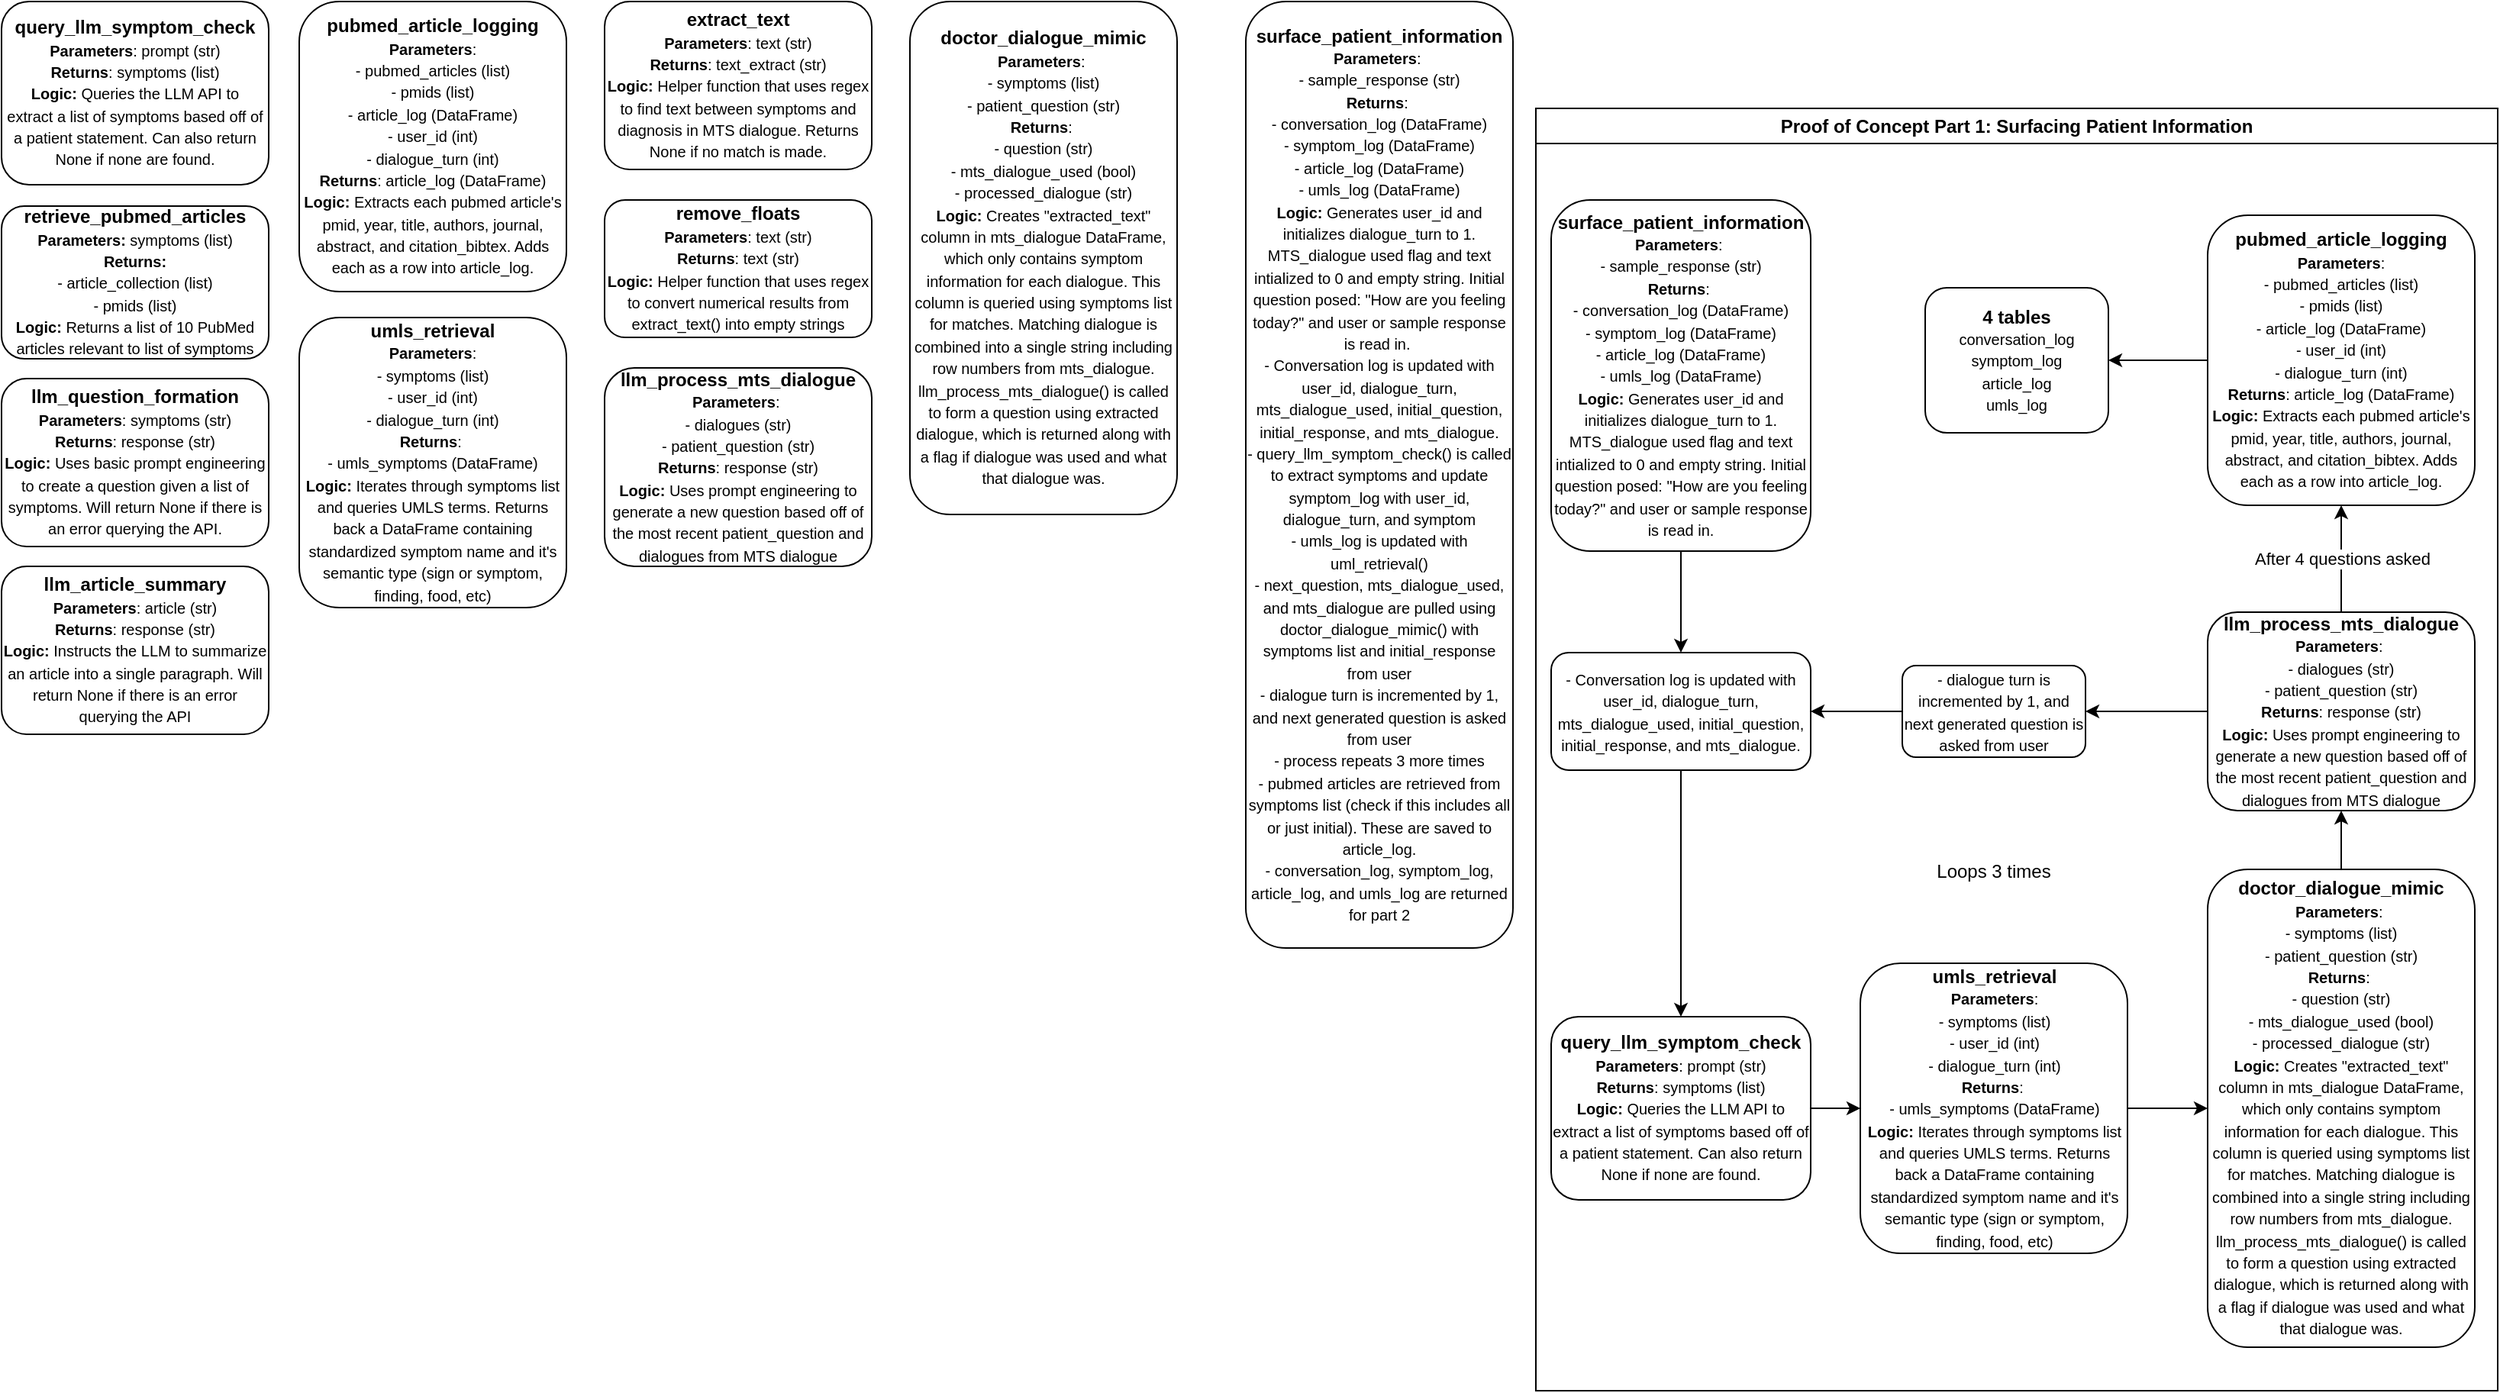
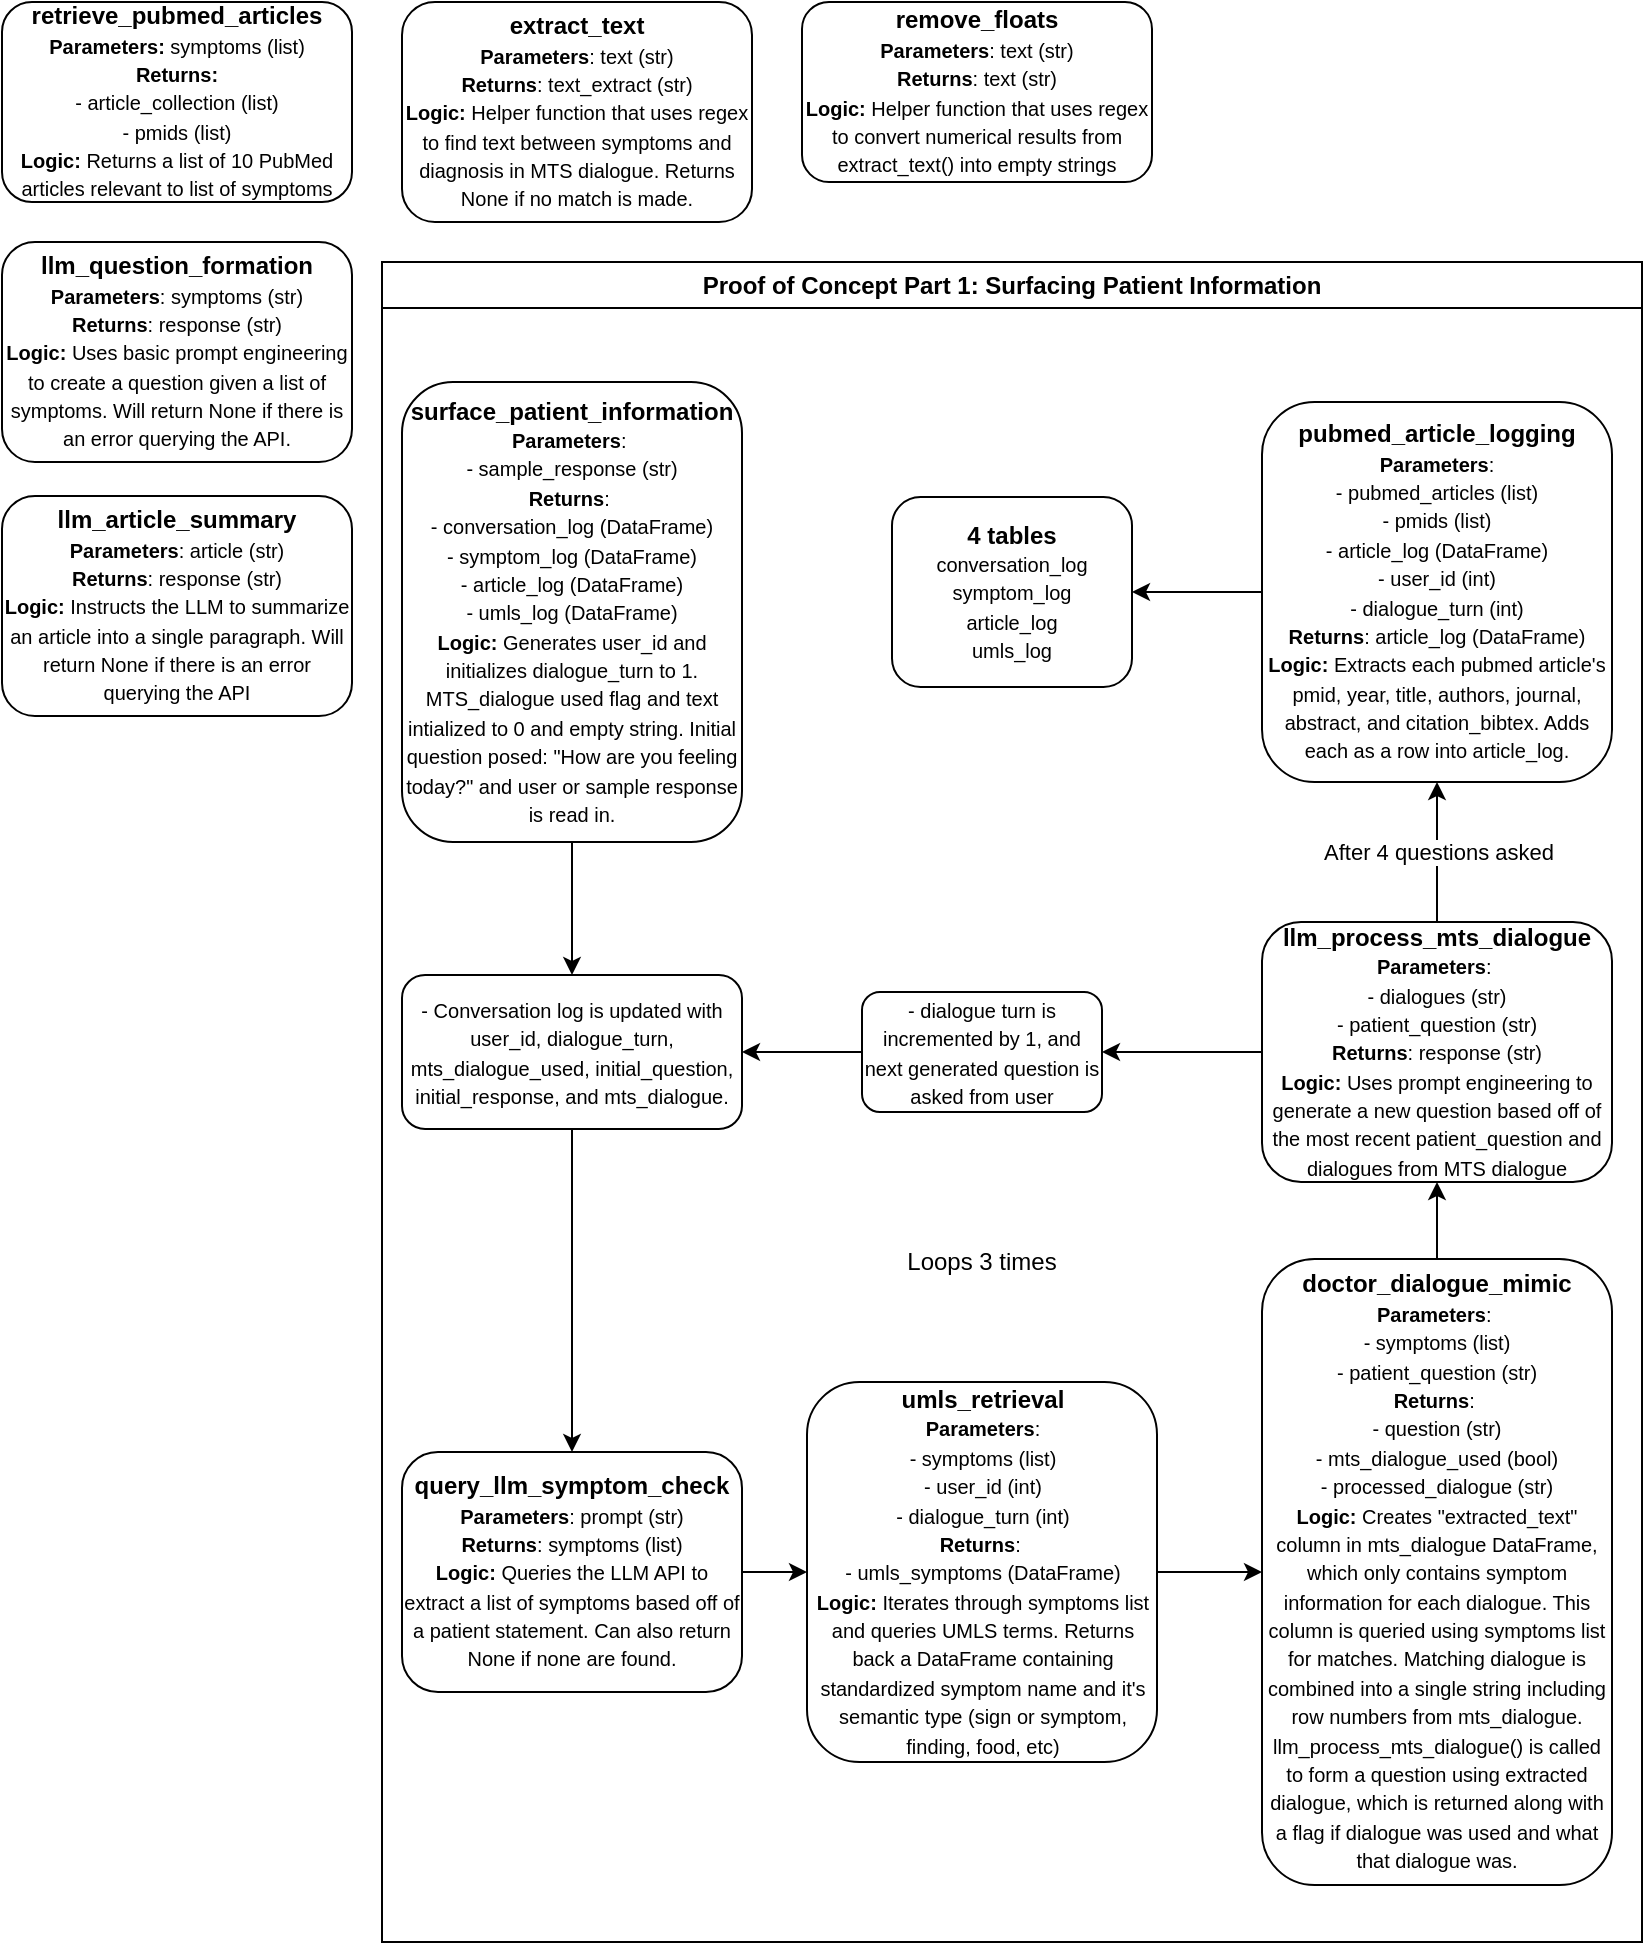
<mxfile host="Electron" agent="Mozilla/5.0 (Macintosh; Intel Mac OS X 10_15_7) AppleWebKit/537.36 (KHTML, like Gecko) draw.io/29.6.1 Chrome/142.0.7444.265 Electron/39.8.0 Safari/537.36" version="29.6.1">
  <diagram name="Page-1" id="kkRM520C1JlfliwyoFHl">
-     <mxGraphModel dx="676" dy="523" grid="1" gridSize="10" guides="1" tooltips="1" connect="1" arrows="1" fold="1" page="1" pageScale="1" pageWidth="850" pageHeight="1100" math="0" shadow="0">
+     <mxGraphModel dx="946" dy="732" grid="1" gridSize="10" guides="1" tooltips="1" connect="1" arrows="1" fold="1" page="1" pageScale="1" pageWidth="850" pageHeight="1100" math="0" shadow="0">
      <root>
        <mxCell id="0" />
        <mxCell id="1" parent="0" />
-         <mxCell id="G4cJtlao1i6TVZgc5M13-2" parent="1" style="rounded=1;whiteSpace=wrap;html=1;" value="&lt;b&gt;query_llm_symptom_check&lt;/b&gt;&lt;div&gt;&lt;font style=&quot;font-size: 10px;&quot;&gt;&lt;b&gt;Parameters&lt;/b&gt;: prompt (str)&lt;/font&gt;&lt;/div&gt;&lt;div&gt;&lt;font style=&quot;font-size: 10px;&quot;&gt;&lt;b&gt;Returns&lt;/b&gt;:&amp;nbsp;&lt;/font&gt;&lt;span style=&quot;font-size: 10px; background-color: transparent; color: light-dark(rgb(0, 0, 0), rgb(255, 255, 255));&quot;&gt;symptoms (list)&lt;/span&gt;&lt;/div&gt;&lt;div&gt;&lt;font style=&quot;font-size: 10px;&quot;&gt;&lt;b&gt;Logic: &lt;/b&gt;Queries the LLM API to extract&amp;nbsp;&lt;/font&gt;&lt;span style=&quot;font-size: 10px; background-color: transparent; color: light-dark(rgb(0, 0, 0), rgb(255, 255, 255));&quot;&gt;a list of symptoms based off of a patient statement. Can also return None if none are found.&lt;/span&gt;&lt;/div&gt;" vertex="1">
-           <mxGeometry height="120" width="175" x="45" y="10" as="geometry" />
-         </mxCell>
        <mxCell id="G4cJtlao1i6TVZgc5M13-3" parent="1" style="rounded=1;whiteSpace=wrap;html=1;" value="&lt;div&gt;&lt;font style=&quot;&quot;&gt;&lt;b&gt;retrieve_pubmed_articles&lt;/b&gt;&lt;/font&gt;&lt;/div&gt;&lt;div&gt;&lt;font style=&quot;font-size: 10px;&quot;&gt;&lt;b&gt;Parameters:&lt;/b&gt; symptoms (list)&lt;/font&gt;&lt;/div&gt;&lt;div&gt;&lt;font style=&quot;font-size: 10px;&quot;&gt;&lt;b&gt;Returns:&lt;/b&gt;&lt;/font&gt;&lt;/div&gt;&lt;div&gt;&lt;span style=&quot;font-size: 10px;&quot;&gt;- article_collection (list)&lt;/span&gt;&lt;/div&gt;&lt;div&gt;&lt;span style=&quot;font-size: 10px;&quot;&gt;- pmids (list)&lt;/span&gt;&lt;/div&gt;&lt;div&gt;&lt;span style=&quot;font-size: 10px;&quot;&gt;&lt;b&gt;Logic:&amp;nbsp;&lt;/b&gt;&lt;/span&gt;&lt;span style=&quot;font-size: 10px; background-color: transparent; color: light-dark(rgb(0, 0, 0), rgb(255, 255, 255));&quot;&gt;Returns a list of 10 PubMed articles relevant to list of symptoms&lt;/span&gt;&lt;/div&gt;" vertex="1">
-           <mxGeometry height="100" width="175" x="45" y="144" as="geometry" />
+           <mxGeometry height="100" width="175" x="20" y="20" as="geometry" />
        </mxCell>
        <mxCell id="G4cJtlao1i6TVZgc5M13-4" parent="1" style="rounded=1;whiteSpace=wrap;html=1;" value="&lt;b&gt;llm_question_formation&lt;/b&gt;&lt;div&gt;&lt;font style=&quot;font-size: 10px;&quot;&gt;&lt;b&gt;Parameters&lt;/b&gt;:&amp;nbsp;&lt;/font&gt;&lt;span style=&quot;font-size: 10px; background-color: transparent; color: light-dark(rgb(0, 0, 0), rgb(255, 255, 255));&quot;&gt;symptoms (str)&lt;/span&gt;&lt;/div&gt;&lt;div&gt;&lt;font style=&quot;font-size: 10px;&quot;&gt;&lt;b&gt;Returns&lt;/b&gt;: response (str)&lt;/font&gt;&lt;/div&gt;&lt;div&gt;&lt;font style=&quot;font-size: 10px;&quot;&gt;&lt;b&gt;Logic: &lt;/b&gt;Uses basic prompt engineering to create a question given a list of symptoms. Will return None if there is an error querying the API.&lt;/font&gt;&lt;/div&gt;" vertex="1">
-           <mxGeometry height="110" width="175" x="45" y="257" as="geometry" />
+           <mxGeometry height="110" width="175" x="20" y="140" as="geometry" />
        </mxCell>
        <mxCell id="G4cJtlao1i6TVZgc5M13-5" parent="1" style="rounded=1;whiteSpace=wrap;html=1;" value="&lt;b&gt;llm_article_summary&lt;/b&gt;&lt;br&gt;&lt;div&gt;&lt;font style=&quot;font-size: 10px;&quot;&gt;&lt;b&gt;Parameters&lt;/b&gt;:&amp;nbsp;&lt;/font&gt;&lt;span style=&quot;font-size: 10px; background-color: transparent; color: light-dark(rgb(0, 0, 0), rgb(255, 255, 255));&quot;&gt;article (str)&lt;/span&gt;&lt;/div&gt;&lt;div&gt;&lt;font style=&quot;font-size: 10px;&quot;&gt;&lt;b&gt;Returns&lt;/b&gt;: response (str)&lt;/font&gt;&lt;/div&gt;&lt;div&gt;&lt;font style=&quot;font-size: 10px;&quot;&gt;&lt;b&gt;Logic: &lt;/b&gt;Instructs the LLM to summarize an article into a single paragraph. Will return None if there is an error querying the API&lt;/font&gt;&lt;/div&gt;" vertex="1">
-           <mxGeometry height="110" width="175" x="45" y="380" as="geometry" />
-         </mxCell>
-         <mxCell id="G4cJtlao1i6TVZgc5M13-6" parent="1" style="rounded=1;whiteSpace=wrap;html=1;" value="&lt;b&gt;pubmed_article_logging&lt;/b&gt;&lt;br&gt;&lt;div&gt;&lt;font style=&quot;font-size: 10px;&quot;&gt;&lt;b&gt;Parameters&lt;/b&gt;:&lt;/font&gt;&lt;/div&gt;&lt;div&gt;&lt;span style=&quot;font-size: 10px; background-color: transparent; color: light-dark(rgb(0, 0, 0), rgb(255, 255, 255));&quot;&gt;- pubmed_articles (list)&lt;/span&gt;&lt;/div&gt;&lt;div&gt;&lt;span style=&quot;font-size: 10px; background-color: transparent; color: light-dark(rgb(0, 0, 0), rgb(255, 255, 255));&quot;&gt;- pmids (list)&lt;/span&gt;&lt;/div&gt;&lt;div&gt;&lt;span style=&quot;font-size: 10px; background-color: transparent; color: light-dark(rgb(0, 0, 0), rgb(255, 255, 255));&quot;&gt;- article_log (DataFrame)&lt;/span&gt;&lt;/div&gt;&lt;div&gt;&lt;span style=&quot;font-size: 10px; background-color: transparent; color: light-dark(rgb(0, 0, 0), rgb(255, 255, 255));&quot;&gt;- user_id (int)&lt;/span&gt;&lt;/div&gt;&lt;div&gt;&lt;span style=&quot;font-size: 10px; background-color: transparent; color: light-dark(rgb(0, 0, 0), rgb(255, 255, 255));&quot;&gt;- dialogue_turn (int)&lt;/span&gt;&lt;/div&gt;&lt;div&gt;&lt;font style=&quot;font-size: 10px;&quot;&gt;&lt;b&gt;Returns&lt;/b&gt;: article_log (DataFrame)&lt;/font&gt;&lt;/div&gt;&lt;div&gt;&lt;font style=&quot;font-size: 10px;&quot;&gt;&lt;b&gt;Logic: &lt;/b&gt;Extracts each pubmed article&#39;s pmid, year, title, authors, journal, abstract, and citation_bibtex. Adds each as a row into article_log.&lt;/font&gt;&lt;/div&gt;" vertex="1">
-           <mxGeometry height="190" width="175" x="240" y="10" as="geometry" />
-         </mxCell>
-         <mxCell id="G4cJtlao1i6TVZgc5M13-7" parent="1" style="rounded=1;whiteSpace=wrap;html=1;" value="&lt;b&gt;umls_retrieval&lt;/b&gt;&lt;br&gt;&lt;div&gt;&lt;font style=&quot;font-size: 10px;&quot;&gt;&lt;b&gt;Parameters&lt;/b&gt;:&lt;/font&gt;&lt;/div&gt;&lt;div&gt;&lt;span style=&quot;font-size: 10px; background-color: transparent; color: light-dark(rgb(0, 0, 0), rgb(255, 255, 255));&quot;&gt;- symptoms (list)&lt;/span&gt;&lt;/div&gt;&lt;div&gt;&lt;span style=&quot;font-size: 10px; background-color: transparent; color: light-dark(rgb(0, 0, 0), rgb(255, 255, 255));&quot;&gt;- user_id (int)&lt;/span&gt;&lt;/div&gt;&lt;div&gt;&lt;span style=&quot;font-size: 10px; background-color: transparent; color: light-dark(rgb(0, 0, 0), rgb(255, 255, 255));&quot;&gt;- dialogue_turn (int)&lt;/span&gt;&lt;/div&gt;&lt;div&gt;&lt;font style=&quot;font-size: 10px;&quot;&gt;&lt;b&gt;Returns&lt;/b&gt;:&amp;nbsp;&lt;/font&gt;&lt;/div&gt;&lt;div&gt;&lt;font style=&quot;font-size: 10px;&quot;&gt;- umls_symptoms (DataFrame)&lt;/font&gt;&lt;/div&gt;&lt;div&gt;&lt;font style=&quot;font-size: 10px;&quot;&gt;&lt;b&gt;Logic: &lt;/b&gt;Iterates through symptoms list and queries UMLS terms. Returns back a DataFrame containing standardized symptom name and it&#39;s semantic type (sign or symptom, finding, food, etc)&lt;/font&gt;&lt;/div&gt;" vertex="1">
-           <mxGeometry height="190" width="175" x="240" y="217" as="geometry" />
+           <mxGeometry height="110" width="175" x="20" y="267" as="geometry" />
        </mxCell>
        <mxCell id="G4cJtlao1i6TVZgc5M13-8" parent="1" style="rounded=1;whiteSpace=wrap;html=1;" value="&lt;b&gt;extract_text&lt;/b&gt;&lt;br&gt;&lt;div&gt;&lt;font style=&quot;font-size: 10px;&quot;&gt;&lt;b&gt;Parameters&lt;/b&gt;: text (str)&lt;/font&gt;&lt;/div&gt;&lt;div&gt;&lt;font style=&quot;font-size: 10px;&quot;&gt;&lt;b&gt;Returns&lt;/b&gt;: text_extract (str)&lt;/font&gt;&lt;/div&gt;&lt;div&gt;&lt;font style=&quot;font-size: 10px;&quot;&gt;&lt;b&gt;Logic: &lt;/b&gt;Helper function that uses regex to find text between symptoms and diagnosis in MTS dialogue. Returns None if no match is made.&lt;/font&gt;&lt;/div&gt;" vertex="1">
-           <mxGeometry height="110" width="175" x="440" y="10" as="geometry" />
+           <mxGeometry height="110" width="175" x="220" y="20" as="geometry" />
        </mxCell>
        <mxCell id="G4cJtlao1i6TVZgc5M13-9" parent="1" style="rounded=1;whiteSpace=wrap;html=1;" value="&lt;b&gt;remove_floats&lt;/b&gt;&lt;br&gt;&lt;div&gt;&lt;font style=&quot;font-size: 10px;&quot;&gt;&lt;b&gt;Parameters&lt;/b&gt;: text (str)&lt;/font&gt;&lt;/div&gt;&lt;div&gt;&lt;font style=&quot;font-size: 10px;&quot;&gt;&lt;b&gt;Returns&lt;/b&gt;: text (str)&lt;/font&gt;&lt;/div&gt;&lt;div&gt;&lt;font style=&quot;font-size: 10px;&quot;&gt;&lt;b&gt;Logic: &lt;/b&gt;Helper function that uses regex to convert numerical results from extract_text() into empty strings&lt;/font&gt;&lt;/div&gt;" vertex="1">
-           <mxGeometry height="90" width="175" x="440" y="140" as="geometry" />
-         </mxCell>
-         <mxCell id="G4cJtlao1i6TVZgc5M13-10" parent="1" style="rounded=1;whiteSpace=wrap;html=1;" value="&lt;b&gt;llm_process_mts_dialogue&lt;/b&gt;&lt;br&gt;&lt;div&gt;&lt;font style=&quot;font-size: 10px;&quot;&gt;&lt;b&gt;Parameters&lt;/b&gt;:&amp;nbsp;&lt;/font&gt;&lt;/div&gt;&lt;div&gt;&lt;font style=&quot;font-size: 10px;&quot;&gt;- dialogues (str)&lt;/font&gt;&lt;/div&gt;&lt;div&gt;&lt;font style=&quot;font-size: 10px;&quot;&gt;- patient_question (str)&lt;/font&gt;&lt;/div&gt;&lt;div&gt;&lt;font style=&quot;font-size: 10px;&quot;&gt;&lt;b&gt;Returns&lt;/b&gt;: response (str)&lt;/font&gt;&lt;/div&gt;&lt;div&gt;&lt;font style=&quot;font-size: 10px;&quot;&gt;&lt;b&gt;Logic: &lt;/b&gt;Uses prompt engineering to generate a new question based off of the most recent patient_question and dialogues from MTS dialogue&lt;/font&gt;&lt;/div&gt;" vertex="1">
-           <mxGeometry height="130" width="175" x="440" y="250" as="geometry" />
-         </mxCell>
-         <mxCell id="G4cJtlao1i6TVZgc5M13-11" parent="1" style="rounded=1;whiteSpace=wrap;html=1;" value="&lt;b&gt;doctor_dialogue_mimic&lt;/b&gt;&lt;br&gt;&lt;div&gt;&lt;font style=&quot;font-size: 10px;&quot;&gt;&lt;b&gt;Parameters&lt;/b&gt;:&amp;nbsp;&lt;/font&gt;&lt;/div&gt;&lt;div&gt;&lt;font style=&quot;font-size: 10px;&quot;&gt;- symptoms (list)&lt;/font&gt;&lt;/div&gt;&lt;div&gt;&lt;font style=&quot;font-size: 10px;&quot;&gt;- patient_question (str)&lt;/font&gt;&lt;/div&gt;&lt;div&gt;&lt;font style=&quot;font-size: 10px;&quot;&gt;&lt;b&gt;Returns&lt;/b&gt;:&amp;nbsp;&lt;/font&gt;&lt;/div&gt;&lt;div&gt;&lt;font style=&quot;font-size: 10px;&quot;&gt;- question (str)&lt;/font&gt;&lt;/div&gt;&lt;div&gt;&lt;font style=&quot;font-size: 10px;&quot;&gt;- mts_dialogue_used (bool)&lt;/font&gt;&lt;/div&gt;&lt;div&gt;&lt;font style=&quot;font-size: 10px;&quot;&gt;- processed_dialogue (str)&lt;/font&gt;&lt;/div&gt;&lt;div&gt;&lt;font style=&quot;font-size: 10px;&quot;&gt;&lt;b&gt;Logic: &lt;/b&gt;Creates &quot;extracted_text&quot; column in mts_dialogue DataFrame, which only contains symptom information for each dialogue. This column is queried using symptoms list for matches. Matching dialogue is combined into a single string including row numbers from mts_dialogue. llm_process_mts_dialogue() is called to form a question using extracted dialogue, which is returned along with a flag if dialogue was used and what that dialogue was.&lt;/font&gt;&lt;/div&gt;" vertex="1">
-           <mxGeometry height="336" width="175" x="640" y="10" as="geometry" />
-         </mxCell>
-         <mxCell id="G4cJtlao1i6TVZgc5M13-12" parent="1" style="rounded=1;whiteSpace=wrap;html=1;" value="&lt;b&gt;surface_patient_information&lt;/b&gt;&lt;br&gt;&lt;div&gt;&lt;font style=&quot;font-size: 10px;&quot;&gt;&lt;b&gt;Parameters&lt;/b&gt;:&amp;nbsp;&lt;/font&gt;&lt;/div&gt;&lt;div&gt;&lt;font style=&quot;font-size: 10px;&quot;&gt;- sample_response (str)&lt;/font&gt;&lt;/div&gt;&lt;div&gt;&lt;font style=&quot;font-size: 10px;&quot;&gt;&lt;b&gt;Returns&lt;/b&gt;:&amp;nbsp;&lt;/font&gt;&lt;/div&gt;&lt;div&gt;&lt;font style=&quot;font-size: 10px;&quot;&gt;- conversation_log (DataFrame)&lt;/font&gt;&lt;/div&gt;&lt;div&gt;&lt;font style=&quot;font-size: 10px;&quot;&gt;- symptom_log (DataFrame)&lt;/font&gt;&lt;/div&gt;&lt;div&gt;&lt;font style=&quot;font-size: 10px;&quot;&gt;- article_log (DataFrame)&lt;/font&gt;&lt;/div&gt;&lt;div&gt;&lt;font style=&quot;font-size: 10px;&quot;&gt;- umls_log (DataFrame)&lt;/font&gt;&lt;/div&gt;&lt;div&gt;&lt;font style=&quot;font-size: 10px;&quot;&gt;&lt;b&gt;Logic: &lt;/b&gt;Generates user_id and initializes dialogue_turn to 1. MTS_dialogue used flag and text intialized to 0 and empty string. Initial question posed: &quot;How are you feeling today?&quot; and user or sample response is read in.&amp;nbsp;&lt;/font&gt;&lt;/div&gt;&lt;div&gt;&lt;span style=&quot;font-size: 10px; background-color: transparent; color: light-dark(rgb(0, 0, 0), rgb(255, 255, 255));&quot;&gt;- Conversation log is updated with user_id, dialogue_turn, mts_dialogue_used, initial_question, initial_response, and mts_dialogue.&lt;/span&gt;&lt;/div&gt;&lt;div&gt;&lt;span style=&quot;font-size: 10px; background-color: transparent; color: light-dark(rgb(0, 0, 0), rgb(255, 255, 255));&quot;&gt;- query_llm_symptom_check() is called to extract symptoms and update symptom_log with user_id, dialogue_turn, and symptom&lt;/span&gt;&lt;/div&gt;&lt;div&gt;&lt;span style=&quot;font-size: 10px; background-color: transparent; color: light-dark(rgb(0, 0, 0), rgb(255, 255, 255));&quot;&gt;- umls_log is updated with uml_retrieval()&lt;/span&gt;&lt;/div&gt;&lt;div&gt;&lt;span style=&quot;font-size: 10px; background-color: transparent; color: light-dark(rgb(0, 0, 0), rgb(255, 255, 255));&quot;&gt;- next_question, mts_dialogue_used, and mts_dialogue are pulled using doctor_dialogue_mimic() with symptoms list and initial_response from user&lt;/span&gt;&lt;/div&gt;&lt;div&gt;&lt;span style=&quot;font-size: 10px; background-color: transparent; color: light-dark(rgb(0, 0, 0), rgb(255, 255, 255));&quot;&gt;- dialogue turn is incremented by 1, and next generated question is asked from user&lt;/span&gt;&lt;/div&gt;&lt;div&gt;&lt;span style=&quot;font-size: 10px; background-color: transparent; color: light-dark(rgb(0, 0, 0), rgb(255, 255, 255));&quot;&gt;- process repeats 3 more times&lt;/span&gt;&lt;/div&gt;&lt;div&gt;&lt;span style=&quot;font-size: 10px; background-color: transparent; color: light-dark(rgb(0, 0, 0), rgb(255, 255, 255));&quot;&gt;- pubmed articles are retrieved from symptoms list (check if this includes all or just initial). These are saved to article_log.&lt;/span&gt;&lt;/div&gt;&lt;div&gt;&lt;span style=&quot;font-size: 10px; background-color: transparent; color: light-dark(rgb(0, 0, 0), rgb(255, 255, 255));&quot;&gt;- conversation_log, symptom_log, article_log, and umls_log are returned for part 2&lt;/span&gt;&lt;/div&gt;" vertex="1">
-           <mxGeometry height="620" width="175" x="860" y="10" as="geometry" />
+           <mxGeometry height="90" width="175" x="420" y="20" as="geometry" />
        </mxCell>
        <mxCell id="G4cJtlao1i6TVZgc5M13-13" parent="1" style="swimlane;whiteSpace=wrap;html=1;" value="Proof of Concept Part 1: Surfacing Patient Information" vertex="1">
-           <mxGeometry height="840" width="630" x="1050" y="80" as="geometry" />
+           <mxGeometry height="840" width="630" x="210" y="150" as="geometry" />
        </mxCell>
        <mxCell id="G4cJtlao1i6TVZgc5M13-16" edge="1" parent="G4cJtlao1i6TVZgc5M13-13" source="G4cJtlao1i6TVZgc5M13-14" style="edgeStyle=orthogonalEdgeStyle;rounded=0;orthogonalLoop=1;jettySize=auto;html=1;" target="G4cJtlao1i6TVZgc5M13-15" value="">
          <mxGeometry relative="1" as="geometry" />
        </mxCell>
        <mxCell id="G4cJtlao1i6TVZgc5M13-14" parent="G4cJtlao1i6TVZgc5M13-13" style="rounded=1;whiteSpace=wrap;html=1;" value="&lt;b&gt;surface_patient_information&lt;/b&gt;&lt;br&gt;&lt;div&gt;&lt;font style=&quot;font-size: 10px;&quot;&gt;&lt;b&gt;Parameters&lt;/b&gt;:&amp;nbsp;&lt;/font&gt;&lt;/div&gt;&lt;div&gt;&lt;font style=&quot;font-size: 10px;&quot;&gt;- sample_response (str)&lt;/font&gt;&lt;/div&gt;&lt;div&gt;&lt;font style=&quot;font-size: 10px;&quot;&gt;&lt;b&gt;Returns&lt;/b&gt;:&amp;nbsp;&lt;/font&gt;&lt;/div&gt;&lt;div&gt;&lt;font style=&quot;font-size: 10px;&quot;&gt;- conversation_log (DataFrame)&lt;/font&gt;&lt;/div&gt;&lt;div&gt;&lt;font style=&quot;font-size: 10px;&quot;&gt;- symptom_log (DataFrame)&lt;/font&gt;&lt;/div&gt;&lt;div&gt;&lt;font style=&quot;font-size: 10px;&quot;&gt;- article_log (DataFrame)&lt;/font&gt;&lt;/div&gt;&lt;div&gt;&lt;font style=&quot;font-size: 10px;&quot;&gt;- umls_log (DataFrame)&lt;/font&gt;&lt;/div&gt;&lt;div&gt;&lt;font style=&quot;font-size: 10px;&quot;&gt;&lt;b&gt;Logic: &lt;/b&gt;Generates user_id and initializes dialogue_turn to 1. MTS_dialogue used flag and text intialized to 0 and empty string. Initial question posed: &quot;How are you feeling today?&quot; and user or sample response is read in.&lt;/font&gt;&lt;/div&gt;" vertex="1">
          <mxGeometry height="230" width="170" x="10" y="60" as="geometry" />
        </mxCell>
        <mxCell id="G4cJtlao1i6TVZgc5M13-18" edge="1" parent="G4cJtlao1i6TVZgc5M13-13" source="G4cJtlao1i6TVZgc5M13-15" style="edgeStyle=orthogonalEdgeStyle;rounded=0;orthogonalLoop=1;jettySize=auto;html=1;" target="G4cJtlao1i6TVZgc5M13-17" value="">
          <mxGeometry relative="1" as="geometry" />
        </mxCell>
        <mxCell id="G4cJtlao1i6TVZgc5M13-15" parent="G4cJtlao1i6TVZgc5M13-13" style="rounded=1;whiteSpace=wrap;html=1;" value="&lt;span style=&quot;font-size: 10px;&quot;&gt;- Conversation log is updated with user_id, dialogue_turn, mts_dialogue_used, initial_question, initial_response, and mts_dialogue.&lt;/span&gt;" vertex="1">
          <mxGeometry height="77" width="170" x="10" y="356.5" as="geometry" />
        </mxCell>
        <mxCell id="G4cJtlao1i6TVZgc5M13-20" edge="1" parent="G4cJtlao1i6TVZgc5M13-13" source="G4cJtlao1i6TVZgc5M13-17" style="edgeStyle=orthogonalEdgeStyle;rounded=0;orthogonalLoop=1;jettySize=auto;html=1;" target="G4cJtlao1i6TVZgc5M13-19" value="">
          <mxGeometry relative="1" as="geometry" />
        </mxCell>
        <mxCell id="G4cJtlao1i6TVZgc5M13-17" parent="G4cJtlao1i6TVZgc5M13-13" style="rounded=1;whiteSpace=wrap;html=1;" value="&lt;b&gt;query_llm_symptom_check&lt;/b&gt;&lt;div&gt;&lt;font style=&quot;font-size: 10px;&quot;&gt;&lt;b&gt;Parameters&lt;/b&gt;: prompt (str)&lt;/font&gt;&lt;/div&gt;&lt;div&gt;&lt;font style=&quot;font-size: 10px;&quot;&gt;&lt;b&gt;Returns&lt;/b&gt;:&amp;nbsp;&lt;/font&gt;&lt;span style=&quot;font-size: 10px; background-color: transparent; color: light-dark(rgb(0, 0, 0), rgb(255, 255, 255));&quot;&gt;symptoms (list)&lt;/span&gt;&lt;/div&gt;&lt;div&gt;&lt;font style=&quot;font-size: 10px;&quot;&gt;&lt;b&gt;Logic: &lt;/b&gt;Queries the LLM API to extract&amp;nbsp;&lt;/font&gt;&lt;span style=&quot;font-size: 10px; background-color: transparent; color: light-dark(rgb(0, 0, 0), rgb(255, 255, 255));&quot;&gt;a list of symptoms based off of a patient statement. Can also return None if none are found.&lt;/span&gt;&lt;/div&gt;" vertex="1">
          <mxGeometry height="120" width="170" x="10" y="595" as="geometry" />
        </mxCell>
        <mxCell id="G4cJtlao1i6TVZgc5M13-24" edge="1" parent="G4cJtlao1i6TVZgc5M13-13" source="G4cJtlao1i6TVZgc5M13-19" style="edgeStyle=orthogonalEdgeStyle;rounded=0;orthogonalLoop=1;jettySize=auto;html=1;" target="G4cJtlao1i6TVZgc5M13-21" value="">
          <mxGeometry relative="1" as="geometry" />
        </mxCell>
        <mxCell id="G4cJtlao1i6TVZgc5M13-19" parent="G4cJtlao1i6TVZgc5M13-13" style="rounded=1;whiteSpace=wrap;html=1;" value="&lt;b&gt;umls_retrieval&lt;/b&gt;&lt;br&gt;&lt;div&gt;&lt;font style=&quot;font-size: 10px;&quot;&gt;&lt;b&gt;Parameters&lt;/b&gt;:&lt;/font&gt;&lt;/div&gt;&lt;div&gt;&lt;span style=&quot;font-size: 10px; background-color: transparent; color: light-dark(rgb(0, 0, 0), rgb(255, 255, 255));&quot;&gt;- symptoms (list)&lt;/span&gt;&lt;/div&gt;&lt;div&gt;&lt;span style=&quot;font-size: 10px; background-color: transparent; color: light-dark(rgb(0, 0, 0), rgb(255, 255, 255));&quot;&gt;- user_id (int)&lt;/span&gt;&lt;/div&gt;&lt;div&gt;&lt;span style=&quot;font-size: 10px; background-color: transparent; color: light-dark(rgb(0, 0, 0), rgb(255, 255, 255));&quot;&gt;- dialogue_turn (int)&lt;/span&gt;&lt;/div&gt;&lt;div&gt;&lt;font style=&quot;font-size: 10px;&quot;&gt;&lt;b&gt;Returns&lt;/b&gt;:&amp;nbsp;&lt;/font&gt;&lt;/div&gt;&lt;div&gt;&lt;font style=&quot;font-size: 10px;&quot;&gt;- umls_symptoms (DataFrame)&lt;/font&gt;&lt;/div&gt;&lt;div&gt;&lt;font style=&quot;font-size: 10px;&quot;&gt;&lt;b&gt;Logic: &lt;/b&gt;Iterates through symptoms list and queries UMLS terms. Returns back a DataFrame containing standardized symptom name and it&#39;s semantic type (sign or symptom, finding, food, etc)&lt;/font&gt;&lt;/div&gt;" vertex="1">
          <mxGeometry height="190" width="175" x="212.5" y="560" as="geometry" />
        </mxCell>
        <mxCell id="G4cJtlao1i6TVZgc5M13-23" edge="1" parent="G4cJtlao1i6TVZgc5M13-13" source="G4cJtlao1i6TVZgc5M13-21" style="edgeStyle=orthogonalEdgeStyle;rounded=0;orthogonalLoop=1;jettySize=auto;html=1;" target="G4cJtlao1i6TVZgc5M13-22" value="">
          <mxGeometry relative="1" as="geometry" />
        </mxCell>
        <mxCell id="G4cJtlao1i6TVZgc5M13-21" parent="G4cJtlao1i6TVZgc5M13-13" style="rounded=1;whiteSpace=wrap;html=1;" value="&lt;b&gt;doctor_dialogue_mimic&lt;/b&gt;&lt;br&gt;&lt;div&gt;&lt;font style=&quot;font-size: 10px;&quot;&gt;&lt;b&gt;Parameters&lt;/b&gt;:&amp;nbsp;&lt;/font&gt;&lt;/div&gt;&lt;div&gt;&lt;font style=&quot;font-size: 10px;&quot;&gt;- symptoms (list)&lt;/font&gt;&lt;/div&gt;&lt;div&gt;&lt;font style=&quot;font-size: 10px;&quot;&gt;- patient_question (str)&lt;/font&gt;&lt;/div&gt;&lt;div&gt;&lt;font style=&quot;font-size: 10px;&quot;&gt;&lt;b&gt;Returns&lt;/b&gt;:&amp;nbsp;&lt;/font&gt;&lt;/div&gt;&lt;div&gt;&lt;font style=&quot;font-size: 10px;&quot;&gt;- question (str)&lt;/font&gt;&lt;/div&gt;&lt;div&gt;&lt;font style=&quot;font-size: 10px;&quot;&gt;- mts_dialogue_used (bool)&lt;/font&gt;&lt;/div&gt;&lt;div&gt;&lt;font style=&quot;font-size: 10px;&quot;&gt;- processed_dialogue (str)&lt;/font&gt;&lt;/div&gt;&lt;div&gt;&lt;font style=&quot;font-size: 10px;&quot;&gt;&lt;b&gt;Logic: &lt;/b&gt;Creates &quot;extracted_text&quot; column in mts_dialogue DataFrame, which only contains symptom information for each dialogue. This column is queried using symptoms list for matches. Matching dialogue is combined into a single string including row numbers from mts_dialogue. llm_process_mts_dialogue() is called to form a question using extracted dialogue, which is returned along with a flag if dialogue was used and what that dialogue was.&lt;/font&gt;&lt;/div&gt;" vertex="1">
          <mxGeometry height="313" width="175" x="440" y="498.5" as="geometry" />
        </mxCell>
        <mxCell id="G4cJtlao1i6TVZgc5M13-29" edge="1" parent="G4cJtlao1i6TVZgc5M13-13" source="G4cJtlao1i6TVZgc5M13-22" style="edgeStyle=orthogonalEdgeStyle;rounded=0;orthogonalLoop=1;jettySize=auto;html=1;" target="G4cJtlao1i6TVZgc5M13-25" value="">
          <mxGeometry relative="1" as="geometry" />
        </mxCell>
        <mxCell id="G4cJtlao1i6TVZgc5M13-34" edge="1" parent="G4cJtlao1i6TVZgc5M13-13" source="G4cJtlao1i6TVZgc5M13-22" style="edgeStyle=orthogonalEdgeStyle;rounded=0;orthogonalLoop=1;jettySize=auto;html=1;" target="G4cJtlao1i6TVZgc5M13-33" value="After 4 questions asked">
          <mxGeometry relative="1" as="geometry" />
        </mxCell>
        <mxCell id="G4cJtlao1i6TVZgc5M13-22" parent="G4cJtlao1i6TVZgc5M13-13" style="rounded=1;whiteSpace=wrap;html=1;" value="&lt;b&gt;llm_process_mts_dialogue&lt;/b&gt;&lt;br&gt;&lt;div&gt;&lt;font style=&quot;font-size: 10px;&quot;&gt;&lt;b&gt;Parameters&lt;/b&gt;:&amp;nbsp;&lt;/font&gt;&lt;/div&gt;&lt;div&gt;&lt;font style=&quot;font-size: 10px;&quot;&gt;- dialogues (str)&lt;/font&gt;&lt;/div&gt;&lt;div&gt;&lt;font style=&quot;font-size: 10px;&quot;&gt;- patient_question (str)&lt;/font&gt;&lt;/div&gt;&lt;div&gt;&lt;font style=&quot;font-size: 10px;&quot;&gt;&lt;b&gt;Returns&lt;/b&gt;: response (str)&lt;/font&gt;&lt;/div&gt;&lt;div&gt;&lt;font style=&quot;font-size: 10px;&quot;&gt;&lt;b&gt;Logic: &lt;/b&gt;Uses prompt engineering to generate a new question based off of the most recent patient_question and dialogues from MTS dialogue&lt;/font&gt;&lt;/div&gt;" vertex="1">
          <mxGeometry height="130" width="175" x="440" y="330" as="geometry" />
        </mxCell>
        <mxCell id="G4cJtlao1i6TVZgc5M13-27" edge="1" parent="G4cJtlao1i6TVZgc5M13-13" source="G4cJtlao1i6TVZgc5M13-25" style="edgeStyle=orthogonalEdgeStyle;rounded=0;orthogonalLoop=1;jettySize=auto;html=1;entryX=1;entryY=0.5;entryDx=0;entryDy=0;" target="G4cJtlao1i6TVZgc5M13-15" value="">
          <mxGeometry relative="1" as="geometry" />
        </mxCell>
        <mxCell id="G4cJtlao1i6TVZgc5M13-25" parent="G4cJtlao1i6TVZgc5M13-13" style="rounded=1;whiteSpace=wrap;html=1;" value="&lt;span style=&quot;font-size: 10px;&quot;&gt;- dialogue turn is incremented by 1, and next generated question is asked from user&lt;/span&gt;" vertex="1">
          <mxGeometry height="60" width="120" x="240" y="365" as="geometry" />
        </mxCell>
        <mxCell id="G4cJtlao1i6TVZgc5M13-32" parent="G4cJtlao1i6TVZgc5M13-13" style="text;html=1;whiteSpace=wrap;strokeColor=none;fillColor=none;align=center;verticalAlign=middle;rounded=0;" value="Loops 3 times" vertex="1">
          <mxGeometry height="20" width="110" x="245" y="490" as="geometry" />
        </mxCell>
        <mxCell id="G4cJtlao1i6TVZgc5M13-36" edge="1" parent="G4cJtlao1i6TVZgc5M13-13" source="G4cJtlao1i6TVZgc5M13-33" style="edgeStyle=orthogonalEdgeStyle;rounded=0;orthogonalLoop=1;jettySize=auto;html=1;" target="G4cJtlao1i6TVZgc5M13-35" value="">
          <mxGeometry relative="1" as="geometry" />
        </mxCell>
        <mxCell id="G4cJtlao1i6TVZgc5M13-33" parent="G4cJtlao1i6TVZgc5M13-13" style="rounded=1;whiteSpace=wrap;html=1;" value="&lt;b&gt;pubmed_article_logging&lt;/b&gt;&lt;br&gt;&lt;div&gt;&lt;font style=&quot;font-size: 10px;&quot;&gt;&lt;b&gt;Parameters&lt;/b&gt;:&lt;/font&gt;&lt;/div&gt;&lt;div&gt;&lt;span style=&quot;font-size: 10px; background-color: transparent; color: light-dark(rgb(0, 0, 0), rgb(255, 255, 255));&quot;&gt;- pubmed_articles (list)&lt;/span&gt;&lt;/div&gt;&lt;div&gt;&lt;span style=&quot;font-size: 10px; background-color: transparent; color: light-dark(rgb(0, 0, 0), rgb(255, 255, 255));&quot;&gt;- pmids (list)&lt;/span&gt;&lt;/div&gt;&lt;div&gt;&lt;span style=&quot;font-size: 10px; background-color: transparent; color: light-dark(rgb(0, 0, 0), rgb(255, 255, 255));&quot;&gt;- article_log (DataFrame)&lt;/span&gt;&lt;/div&gt;&lt;div&gt;&lt;span style=&quot;font-size: 10px; background-color: transparent; color: light-dark(rgb(0, 0, 0), rgb(255, 255, 255));&quot;&gt;- user_id (int)&lt;/span&gt;&lt;/div&gt;&lt;div&gt;&lt;span style=&quot;font-size: 10px; background-color: transparent; color: light-dark(rgb(0, 0, 0), rgb(255, 255, 255));&quot;&gt;- dialogue_turn (int)&lt;/span&gt;&lt;/div&gt;&lt;div&gt;&lt;font style=&quot;font-size: 10px;&quot;&gt;&lt;b&gt;Returns&lt;/b&gt;: article_log (DataFrame)&lt;/font&gt;&lt;/div&gt;&lt;div&gt;&lt;font style=&quot;font-size: 10px;&quot;&gt;&lt;b&gt;Logic: &lt;/b&gt;Extracts each pubmed article&#39;s pmid, year, title, authors, journal, abstract, and citation_bibtex. Adds each as a row into article_log.&lt;/font&gt;&lt;/div&gt;" vertex="1">
          <mxGeometry height="190" width="175" x="440" y="70" as="geometry" />
        </mxCell>
        <mxCell id="G4cJtlao1i6TVZgc5M13-35" parent="G4cJtlao1i6TVZgc5M13-13" style="rounded=1;whiteSpace=wrap;html=1;" value="&lt;b&gt;4 tables&lt;/b&gt;&lt;div&gt;&lt;font style=&quot;font-size: 10px;&quot;&gt;conversation_log&lt;/font&gt;&lt;/div&gt;&lt;div&gt;&lt;font style=&quot;font-size: 10px;&quot;&gt;symptom_log&lt;/font&gt;&lt;/div&gt;&lt;div&gt;&lt;font style=&quot;font-size: 10px;&quot;&gt;article_log&lt;/font&gt;&lt;/div&gt;&lt;div&gt;&lt;font style=&quot;font-size: 10px;&quot;&gt;umls_log&lt;/font&gt;&lt;/div&gt;" vertex="1">
          <mxGeometry height="95" width="120" x="255" y="117.5" as="geometry" />
        </mxCell>
      </root>
    </mxGraphModel>
  </diagram>
</mxfile>
